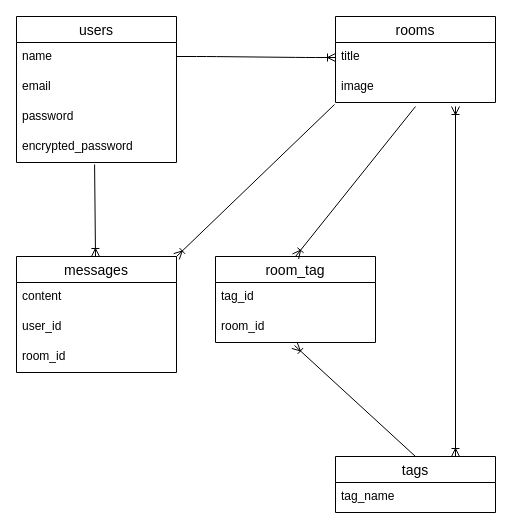
Earlier version of the draw.io diagram ER.dio (1keda3/favorite-talk). Source tidied: cells renumbered, new cells numbered last; positions are measured from the earlier drawing's top-left corner, leaving out a move shared by most shapes. Both pictures are drawn from the tidied source at 100%, with x=0, y=0 at pixel (16, 16).
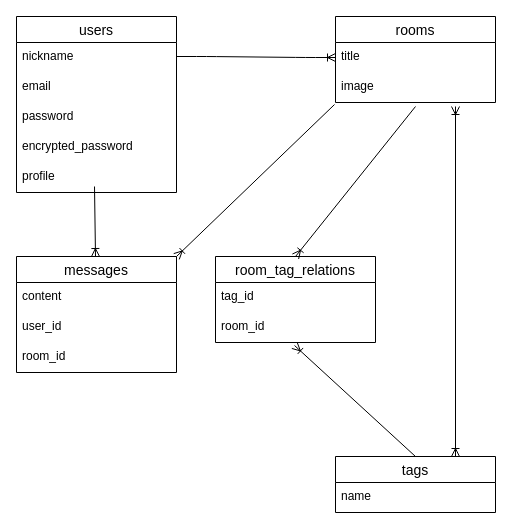
Above is the later version.

The change refers to these unchanged cells:
```xml
<mxCell id="6" value="encrypted_password" style="text;strokeColor=none;fillColor=none;spacingLeft=4;spacingRight=4;overflow=hidden;points=[[0,0.5],[1,0.5]];portConstraint=eastwest;fontSize=12;" parent="2" vertex="1">
  <mxGeometry y="116" width="160" height="30" as="geometry" />
</mxCell>
<mxCell id="14" value="tags" style="swimlane;fontStyle=0;horizontal=1;startSize=26;align=center;fontSize=14;" parent="1" vertex="1">
  <mxGeometry x="319" y="440" width="160" height="56" as="geometry" />
</mxCell>
```

What changed in the source:
```diff
@@
     <mxCell id="2" value="users" style="swimlane;fontStyle=0;horizontal=1;startSize=26;align=center;fontSize=14;" parent="1" vertex="1">
-      <mxGeometry width="160" height="146" as="geometry" />
+      <mxGeometry width="160" height="176" as="geometry" />
     </mxCell>
-    <mxCell id="3" value="name" style="text;strokeColor=none;fillColor=none;spacingLeft=4;spacingRight=4;overflow=hidden;fontSize=12;" parent="2" vertex="1">
+    <mxCell id="3" value="nickname" style="text;strokeColor=none;fillColor=none;spacingLeft=4;spacingRight=4;overflow=hidden;fontSize=12;" parent="2" vertex="1">
       <mxGeometry y="26" width="160" height="30" as="geometry" />
     </mxCell>
@@
+    <mxCell id="25" value="profile" style="text;strokeColor=none;fillColor=none;spacingLeft=4;spacingRight=4;overflow=hidden;fontSize=12;" parent="2" vertex="1">
+      <mxGeometry y="146" width="160" height="30" as="geometry" />
+    </mxCell>
@@
-    <mxCell id="15" value="tag_name" style="text;strokeColor=none;fillColor=none;spacingLeft=4;spacingRight=4;overflow=hidden;fontSize=12;" parent="14" vertex="1">
+    <mxCell id="15" value="name" style="text;strokeColor=none;fillColor=none;spacingLeft=4;spacingRight=4;overflow=hidden;fontSize=12;" parent="14" vertex="1">
       <mxGeometry y="26" width="160" height="30" as="geometry" />
     </mxCell>
-    <mxCell id="16" value="room_tag" style="swimlane;fontStyle=0;horizontal=1;startSize=26;align=center;fontSize=14;" parent="1" vertex="1">
+    <mxCell id="16" value="room_tag_relations" style="swimlane;fontStyle=0;horizontal=1;startSize=26;align=center;fontSize=14;" parent="1" vertex="1">
       <mxGeometry x="199" y="240" width="160" height="86" as="geometry" />
     </mxCell>
@@
-    <mxCell id="20" style="fontSize=12;html=1;endArrow=ERoneToMany;exitX=0.488;exitY=1.067;exitDx=0;exitDy=0;exitPerimeter=0;" parent="1" edge="1" source="6">
+    <mxCell id="20" style="fontSize=12;html=1;endArrow=ERoneToMany;" parent="1" edge="1">
       <mxGeometry relative="1" as="geometry">
+        <mxPoint x="78" y="170" as="sourcePoint" />
         <mxPoint x="79" y="240" as="targetPoint" />
       </mxGeometry>
     </mxCell>
```
